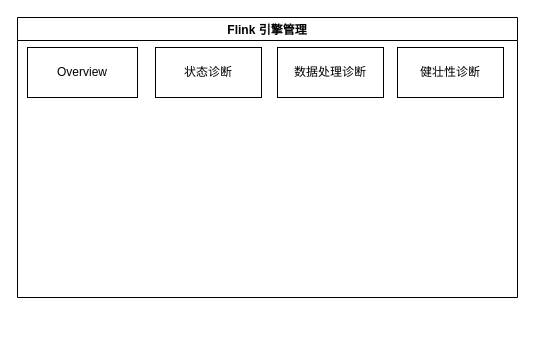
Before: Untitled Diagram.drawio in zjpnju/ddia, a draw.io diagram. Source tidied: cells renumbered, new cells numbered last; positions are measured from the earlier drawing's top-left corner, leaving out a move shared by most shapes. Both pictures are drawn from the tidied source at 100%, with x=0, y=0 at pixel (17, 17).
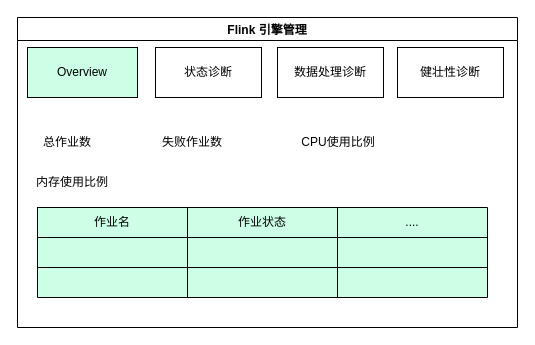
The same page after the edit.

Diff of the diagram source:
```diff
@@
     <mxCell id="2" value="Flink 引擎管理" style="swimlane;" parent="1" vertex="1">
-      <mxGeometry width="500" height="280" as="geometry" />
+      <mxGeometry width="500" height="310" as="geometry" />
     </mxCell>
-    <mxCell id="3" value="Overview" style="rounded=0;whiteSpace=wrap;html=1;" parent="2" vertex="1">
+    <mxCell id="3" value="Overview" style="rounded=0;whiteSpace=wrap;html=1;fillColor=#CCFFE6;" parent="2" vertex="1">
       <mxGeometry x="10" y="30" width="110" height="50" as="geometry" />
     </mxCell>
@@
+    <mxCell id="7" value="总作业数" style="text;html=1;strokeColor=none;fillColor=none;align=center;verticalAlign=middle;whiteSpace=wrap;rounded=0;" parent="2" vertex="1">
+      <mxGeometry x="20" y="110" width="60" height="30" as="geometry" />
+    </mxCell>
+    <mxCell id="8" value="失败作业数" style="text;html=1;strokeColor=none;fillColor=none;align=center;verticalAlign=middle;whiteSpace=wrap;rounded=0;" parent="2" vertex="1">
+      <mxGeometry x="130" y="110" width="90" height="30" as="geometry" />
+    </mxCell>
+    <mxCell id="9" value="CPU使用比例" style="text;html=1;strokeColor=none;fillColor=none;align=center;verticalAlign=middle;whiteSpace=wrap;rounded=0;" parent="2" vertex="1">
+      <mxGeometry x="276" y="110" width="90" height="30" as="geometry" />
+    </mxCell>
+    <mxCell id="10" value="内存使用比例" style="text;html=1;strokeColor=none;fillColor=none;align=center;verticalAlign=middle;whiteSpace=wrap;rounded=0;" parent="2" vertex="1">
+      <mxGeometry x="10" y="150" width="90" height="30" as="geometry" />
+    </mxCell>
+    <mxCell id="11" style="shape=table;html=1;whiteSpace=wrap;startSize=0;childLayout=tableLayout;fillColor=#CCFFE6;" parent="2" vertex="1">
+      <mxGeometry x="20" y="190" width="450" height="90" as="geometry" />
+    </mxCell>
+    <mxCell id="12" style="shape=tableRow;horizontal=0;startSize=0;swimlaneHead=0;swimlaneBody=0;top=0;left=0;bottom=0;right=0;fillColor=none;" parent="11" vertex="1">
+      <mxGeometry width="450" height="30" as="geometry" />
+    </mxCell>
+    <mxCell id="13" value="作业名" style="shape=partialRectangle;html=1;whiteSpace=wrap;fillColor=none;top=0;left=0;bottom=0;right=0;overflow=hidden;" parent="12" vertex="1">
+      <mxGeometry width="150" height="30" as="geometry" />
+    </mxCell>
+    <mxCell id="14" value="作业状态" style="shape=partialRectangle;html=1;whiteSpace=wrap;fillColor=none;top=0;left=0;bottom=0;right=0;overflow=hidden;" parent="12" vertex="1">
+      <mxGeometry x="150" width="150" height="30" as="geometry" />
+    </mxCell>
+    <mxCell id="15" value="...." style="shape=partialRectangle;html=1;whiteSpace=wrap;fillColor=none;top=0;left=0;bottom=0;right=0;overflow=hidden;" parent="12" vertex="1">
+      <mxGeometry x="300" width="150" height="30" as="geometry" />
+    </mxCell>
+    <mxCell id="16" style="shape=tableRow;horizontal=0;startSize=0;swimlaneHead=0;swimlaneBody=0;top=0;left=0;bottom=0;right=0;fillColor=none;" parent="11" vertex="1">
+      <mxGeometry y="30" width="450" height="30" as="geometry" />
+    </mxCell>
+    <mxCell id="17" style="shape=partialRectangle;html=1;whiteSpace=wrap;fillColor=none;top=0;left=0;bottom=0;right=0;overflow=hidden;" parent="16" vertex="1">
+      <mxGeometry width="150" height="30" as="geometry" />
+    </mxCell>
+    <mxCell id="18" style="shape=partialRectangle;html=1;whiteSpace=wrap;fillColor=none;top=0;left=0;bottom=0;right=0;overflow=hidden;" parent="16" vertex="1">
+      <mxGeometry x="150" width="150" height="30" as="geometry" />
+    </mxCell>
+    <mxCell id="19" style="shape=partialRectangle;html=1;whiteSpace=wrap;fillColor=none;top=0;left=0;bottom=0;right=0;overflow=hidden;" parent="16" vertex="1">
+      <mxGeometry x="300" width="150" height="30" as="geometry" />
+    </mxCell>
+    <mxCell id="20" style="shape=tableRow;horizontal=0;startSize=0;swimlaneHead=0;swimlaneBody=0;top=0;left=0;bottom=0;right=0;fillColor=none;" parent="11" vertex="1">
+      <mxGeometry y="60" width="450" height="30" as="geometry" />
+    </mxCell>
+    <mxCell id="21" style="shape=partialRectangle;html=1;whiteSpace=wrap;fillColor=none;top=0;left=0;bottom=0;right=0;overflow=hidden;" parent="20" vertex="1">
+      <mxGeometry width="150" height="30" as="geometry" />
+    </mxCell>
+    <mxCell id="22" style="shape=partialRectangle;html=1;whiteSpace=wrap;fillColor=none;top=0;left=0;bottom=0;right=0;overflow=hidden;" parent="20" vertex="1">
+      <mxGeometry x="150" width="150" height="30" as="geometry" />
+    </mxCell>
+    <mxCell id="23" style="shape=partialRectangle;html=1;whiteSpace=wrap;fillColor=none;top=0;left=0;bottom=0;right=0;overflow=hidden;" parent="20" vertex="1">
+      <mxGeometry x="300" width="150" height="30" as="geometry" />
+    </mxCell>
```
